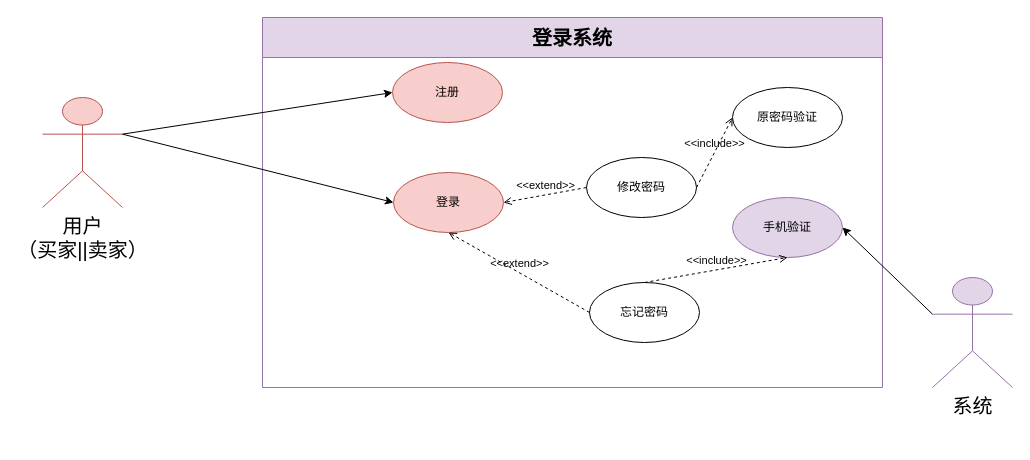
Before: 文档/需求分析规约文档/用例图/登录系统.drawio in w1ntercube/TJ-SE-Design, a draw.io diagram. Source tidied: cells renumbered, new cells numbered last; positions are measured from the earlier drawing's top-left corner, leaving out a move shared by most shapes. Both pictures are drawn from the tidied source at 100%, with x=0, y=0 at pixel (42, 17).
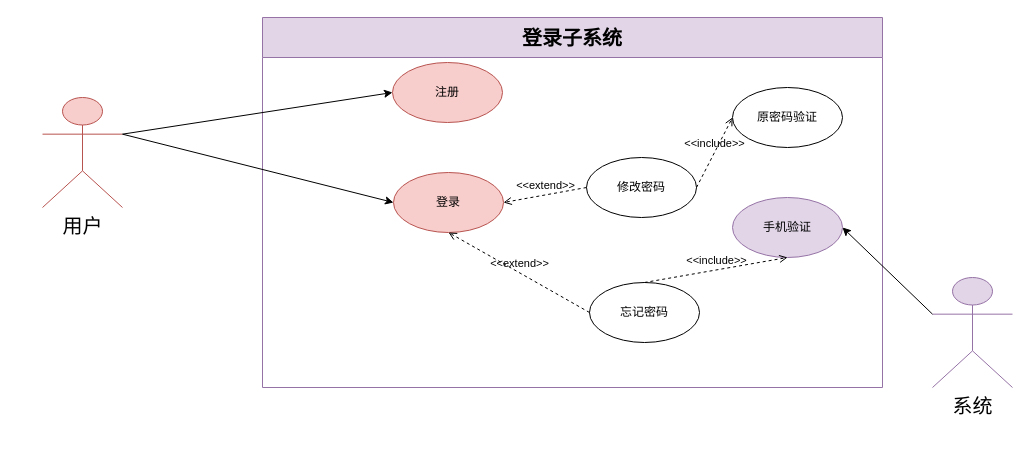
Above is the later version.

The edit, as a diff of the source:
```diff
@@
 <mxGraphModel>
   <root>
     <mxCell id="0" />
     <mxCell id="1" parent="0" />
-    <mxCell id="2" value="&lt;font style=&quot;font-size: 20px;&quot;&gt;登录系统&lt;/font&gt;" style="swimlane;whiteSpace=wrap;html=1;fillColor=#e1d5e7;strokeColor=#9673a6;startSize=40;" parent="1" vertex="1">
+    <mxCell id="2" value="&lt;font style=&quot;font-size: 20px;&quot;&gt;登录子系统&lt;/font&gt;" style="swimlane;whiteSpace=wrap;html=1;fillColor=#e1d5e7;strokeColor=#9673a6;startSize=40;" parent="1" vertex="1">
       <mxGeometry x="220" width="620" height="370" as="geometry" />
     </mxCell>
     <mxCell id="3" value="登录" style="ellipse;whiteSpace=wrap;html=1;fillColor=#f8cecc;strokeColor=#b85450;" parent="2" vertex="1">
       <mxGeometry x="131" y="155" width="110" height="60" as="geometry" />
     </mxCell>
     <mxCell id="4" value="注册" style="ellipse;whiteSpace=wrap;html=1;fillColor=#f8cecc;strokeColor=#b85450;" parent="2" vertex="1">
       <mxGeometry x="130" y="45" width="110" height="60" as="geometry" />
     </mxCell>
     <mxCell id="5" value="手机验证" style="ellipse;whiteSpace=wrap;html=1;fillColor=#e1d5e7;strokeColor=#9673a6;" parent="2" vertex="1">
       <mxGeometry x="470" y="180" width="110" height="60" as="geometry" />
     </mxCell>
     <mxCell id="6" value="忘记密码" style="ellipse;whiteSpace=wrap;html=1;" parent="2" vertex="1">
       <mxGeometry x="327" y="265" width="110" height="60" as="geometry" />
     </mxCell>
     <mxCell id="7" value="&amp;lt;&amp;lt;extend&amp;gt;&amp;gt;" style="html=1;verticalAlign=bottom;labelBackgroundColor=none;endArrow=open;endFill=0;dashed=1;rounded=0;entryX=0.5;entryY=1;entryDx=0;entryDy=0;exitX=0;exitY=0.5;exitDx=0;exitDy=0;" parent="2" edge="1" source="6" target="3">
       <mxGeometry relative="1" as="geometry" />
     </mxCell>
     <mxCell id="8" value="&amp;lt;&amp;lt;include&amp;gt;&amp;gt;" style="html=1;verticalAlign=bottom;labelBackgroundColor=none;endArrow=open;endFill=0;dashed=1;rounded=0;exitX=0.5;exitY=0;exitDx=0;exitDy=0;entryX=0.5;entryY=1;entryDx=0;entryDy=0;" parent="2" edge="1" source="6" target="5">
       <mxGeometry relative="1" as="geometry" />
     </mxCell>
     <mxCell id="9" value="修改密码" style="ellipse;whiteSpace=wrap;html=1;" parent="2" vertex="1">
       <mxGeometry x="324" y="140" width="110" height="60" as="geometry" />
     </mxCell>
     <mxCell id="10" value="&amp;lt;&amp;lt;extend&amp;gt;&amp;gt;" style="html=1;verticalAlign=bottom;labelBackgroundColor=none;endArrow=open;endFill=0;dashed=1;rounded=0;entryX=1;entryY=0.5;entryDx=0;entryDy=0;exitX=0;exitY=0.5;exitDx=0;exitDy=0;" parent="2" edge="1" source="9" target="3">
       <mxGeometry relative="1" as="geometry" />
     </mxCell>
     <mxCell id="11" value="原密码验证" style="ellipse;whiteSpace=wrap;html=1;" parent="2" vertex="1">
       <mxGeometry x="470" y="70" width="110" height="60" as="geometry" />
     </mxCell>
     <mxCell id="12" value="&amp;lt;&amp;lt;include&amp;gt;&amp;gt;" style="html=1;verticalAlign=bottom;labelBackgroundColor=none;endArrow=open;endFill=0;dashed=1;rounded=0;exitX=1;exitY=0.5;exitDx=0;exitDy=0;entryX=0;entryY=0.5;entryDx=0;entryDy=0;" parent="2" edge="1" source="9" target="11">
       <mxGeometry relative="1" as="geometry" />
     </mxCell>
     <mxCell id="13" value="&lt;span style=&quot;font-size: 20px;&quot;&gt;系统&lt;/span&gt;&lt;div&gt;&lt;span style=&quot;font-size: 20px;&quot;&gt;&lt;br&gt;&lt;/span&gt;&lt;/div&gt;" style="shape=umlActor;verticalLabelPosition=bottom;verticalAlign=top;html=1;outlineConnect=0;fillColor=#e1d5e7;strokeColor=#9673a6;" parent="1" vertex="1">
       <mxGeometry x="890" y="260" width="80" height="110" as="geometry" />
     </mxCell>
     <mxCell id="14" style="endArrow=classic;html=1;rounded=0;entryX=1;entryY=0.5;entryDx=0;entryDy=0;exitX=0;exitY=0.3333333333333333;exitDx=0;exitDy=0;exitPerimeter=0;" parent="1" edge="1" source="13" target="5">
       <mxGeometry relative="1" as="geometry" />
     </mxCell>
-    <mxCell id="15" value="&lt;span style=&quot;font-size: 20px;&quot;&gt;用户&lt;/span&gt;&lt;div&gt;&lt;span style=&quot;font-size: 20px;&quot;&gt;（买家||卖家）&lt;/span&gt;&lt;/div&gt;" style="shape=umlActor;verticalLabelPosition=bottom;verticalAlign=top;html=1;outlineConnect=0;fillColor=#f8cecc;strokeColor=#b85450;" parent="1" vertex="1">
+    <mxCell id="15" value="&lt;span style=&quot;font-size: 20px;&quot;&gt;用户&lt;/span&gt;&lt;div&gt;&lt;br&gt;&lt;/div&gt;" style="shape=umlActor;verticalLabelPosition=bottom;verticalAlign=top;html=1;outlineConnect=0;fillColor=#f8cecc;strokeColor=#b85450;" parent="1" vertex="1">
       <mxGeometry y="80" width="80" height="110" as="geometry" />
     </mxCell>
     <mxCell id="16" style="endArrow=classic;html=1;rounded=0;entryX=0;entryY=0.5;entryDx=0;entryDy=0;exitX=1;exitY=0.3333333333333333;exitDx=0;exitDy=0;exitPerimeter=0;" parent="1" edge="1" source="15" target="4">
       <mxGeometry relative="1" as="geometry" />
     </mxCell>
     <mxCell id="17" style="endArrow=classic;html=1;rounded=0;entryX=0;entryY=0.5;entryDx=0;entryDy=0;exitX=1;exitY=0.3333333333333333;exitDx=0;exitDy=0;exitPerimeter=0;" parent="1" edge="1" source="15" target="3">
       <mxGeometry relative="1" as="geometry" />
     </mxCell>
   </root>
 </mxGraphModel>
```
